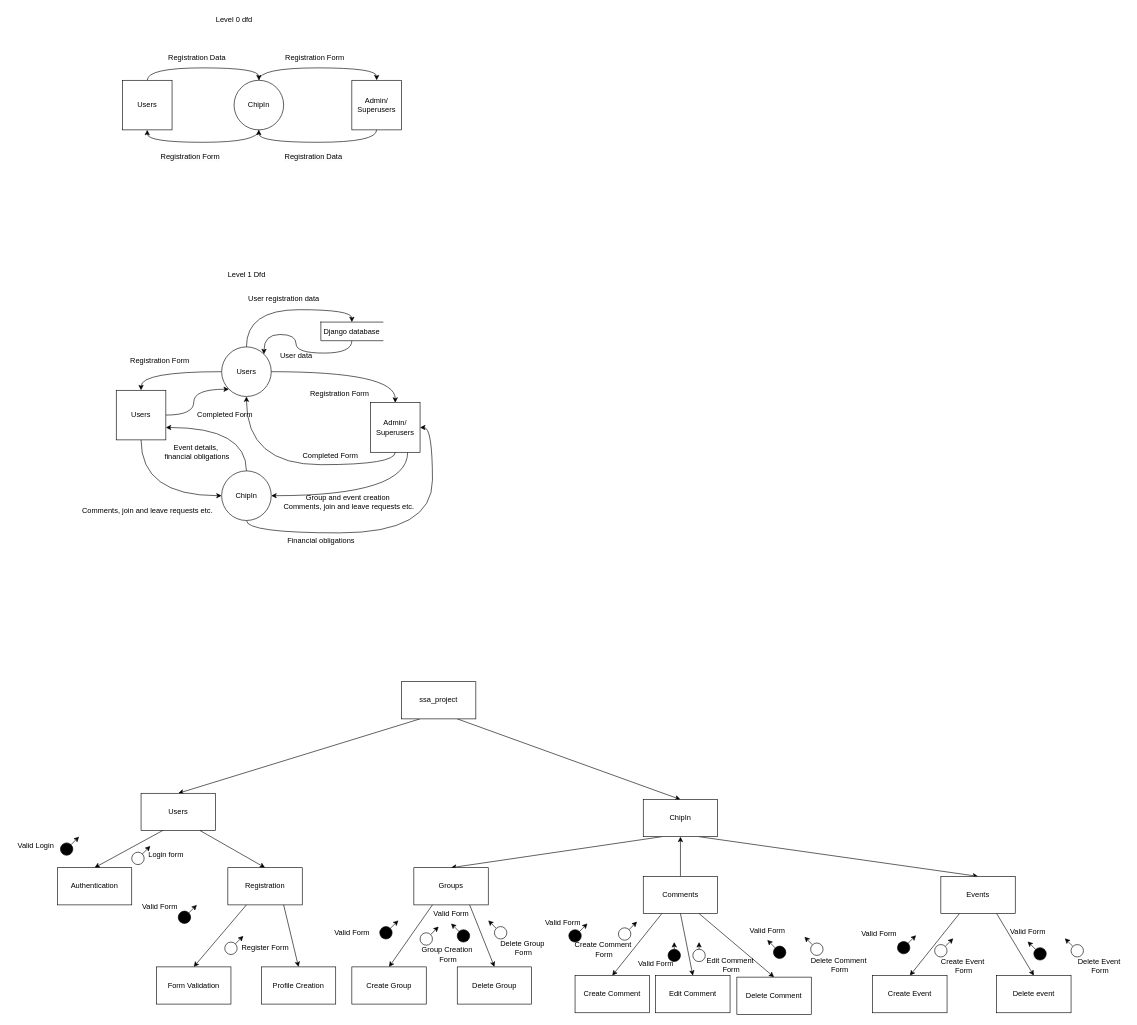
This is SSa_project.drawio from GeorginaFox/at1, a draw.io file, before an edit. Source tidied: cells renumbered, new cells numbered last; positions are measured from the earlier drawing's top-left corner, leaving out a move shared by most shapes. Both pictures are drawn from the tidied source at 62%, with x=0, y=0 at pixel (11, 11).
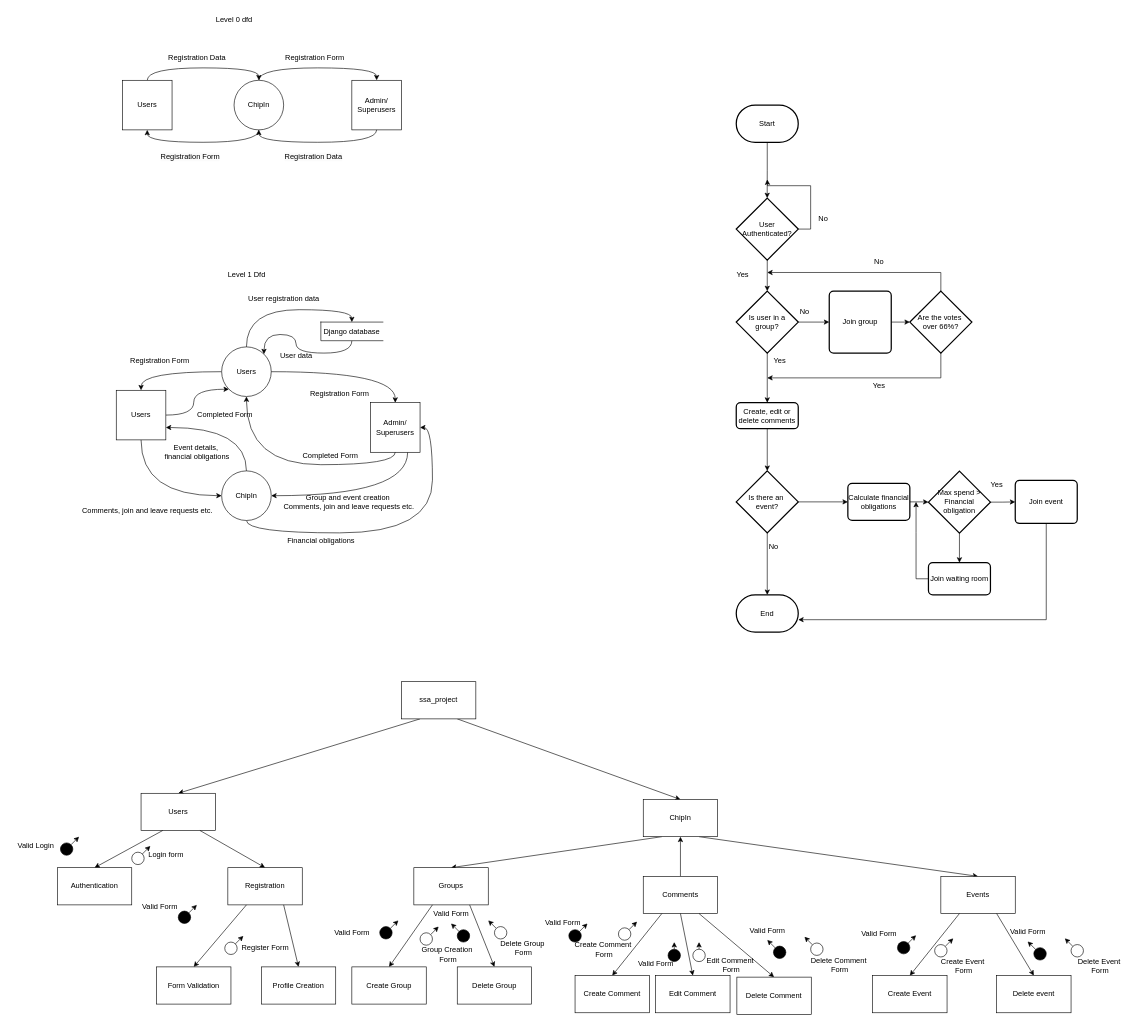
The same page after the edit.

The edit, as a diff of the source:
```diff
@@
+    <mxCell id="127" style="edgeStyle=orthogonalEdgeStyle;rounded=0;jettySize=auto;html=1;exitX=0.5;exitY=1;exitDx=0;exitDy=0;exitPerimeter=0;" parent="1" edge="1" source="128">
+      <mxGeometry relative="1" as="geometry">
+        <mxPoint x="1219.9" y="302" as="targetPoint" />
+      </mxGeometry>
+    </mxCell>
+    <mxCell id="128" value="Start" style="strokeWidth=2;html=1;shape=mxgraph.flowchart.terminator;whiteSpace=wrap;" parent="1" vertex="1">
+      <mxGeometry x="1170" y="152" width="100" height="60" as="geometry" />
+    </mxCell>
+    <mxCell id="129" style="edgeStyle=orthogonalEdgeStyle;rounded=0;jettySize=auto;html=1;exitX=1;exitY=0.5;exitDx=0;exitDy=0;exitPerimeter=0;" parent="1" edge="1" source="130">
+      <mxGeometry relative="1" as="geometry">
+        <mxPoint x="1220" y="272" as="targetPoint" />
+      </mxGeometry>
+    </mxCell>
+    <mxCell id="130" value="User Authenticated?" style="strokeWidth=2;html=1;shape=mxgraph.flowchart.decision;whiteSpace=wrap;" parent="1" vertex="1">
+      <mxGeometry x="1170" y="302" width="100" height="100" as="geometry" />
+    </mxCell>
+    <mxCell id="131" value="No" style="text;html=1;align=center;verticalAlign=middle;strokeColor=none;fillColor=none;" parent="1" vertex="1">
+      <mxGeometry x="1290" y="320" width="40" height="30" as="geometry" />
+    </mxCell>
+    <mxCell id="132" value="Yes" style="text;html=1;align=center;verticalAlign=middle;strokeColor=none;fillColor=none;" parent="1" vertex="1">
+      <mxGeometry x="1160" y="410" width="40" height="30" as="geometry" />
+    </mxCell>
+    <mxCell id="133" style="edgeStyle=orthogonalEdgeStyle;rounded=0;jettySize=auto;html=1;exitX=0.5;exitY=1;exitDx=0;exitDy=0;exitPerimeter=0;entryX=0.5;entryY=0;entryDx=0;entryDy=0;" parent="1" edge="1" source="135" target="138">
+      <mxGeometry relative="1" as="geometry" />
+    </mxCell>
+    <mxCell id="134" style="edgeStyle=orthogonalEdgeStyle;rounded=0;jettySize=auto;html=1;exitX=1;exitY=0.5;exitDx=0;exitDy=0;exitPerimeter=0;entryX=0;entryY=0.5;entryDx=0;entryDy=0;" parent="1" edge="1" source="135" target="143">
+      <mxGeometry relative="1" as="geometry" />
+    </mxCell>
+    <mxCell id="135" value="Is user in a group?" style="strokeWidth=2;html=1;shape=mxgraph.flowchart.decision;whiteSpace=wrap;" parent="1" vertex="1">
+      <mxGeometry x="1170" y="452" width="100" height="100" as="geometry" />
+    </mxCell>
+    <mxCell id="136" style="edgeStyle=orthogonalEdgeStyle;rounded=0;jettySize=auto;html=1;exitX=0.5;exitY=1;exitDx=0;exitDy=0;exitPerimeter=0;entryX=0.5;entryY=0;entryDx=0;entryDy=0;entryPerimeter=0;" parent="1" edge="1" source="130" target="135">
+      <mxGeometry relative="1" as="geometry" />
+    </mxCell>
+    <mxCell id="137" style="edgeStyle=orthogonalEdgeStyle;rounded=0;jettySize=auto;html=1;exitX=0.5;exitY=1;exitDx=0;exitDy=0;" parent="1" edge="1" source="138" target="150">
+      <mxGeometry relative="1" as="geometry" />
+    </mxCell>
+    <mxCell id="138" value="Create, edit or delete comments" style="rounded=1;whiteSpace=wrap;html=1;absoluteArcSize=1;arcSize=14;strokeWidth=2;" parent="1" vertex="1">
+      <mxGeometry x="1170" y="632" width="100" height="42" as="geometry" />
+    </mxCell>
+    <mxCell id="139" value="Yes" style="text;html=1;align=center;verticalAlign=middle;strokeColor=none;fillColor=none;" parent="1" vertex="1">
+      <mxGeometry x="1220" y="550" width="40" height="30" as="geometry" />
+    </mxCell>
+    <mxCell id="140" style="edgeStyle=orthogonalEdgeStyle;rounded=0;jettySize=auto;html=1;exitX=0.5;exitY=1;exitDx=0;exitDy=0;exitPerimeter=0;" parent="1" edge="1" source="142">
+      <mxGeometry relative="1" as="geometry">
+        <mxPoint x="1220" y="592" as="targetPoint" />
+        <Array as="points">
+          <mxPoint x="1500" y="592" />
+        </Array>
+      </mxGeometry>
+    </mxCell>
+    <mxCell id="141" style="edgeStyle=orthogonalEdgeStyle;rounded=0;jettySize=auto;html=1;exitX=0.5;exitY=0;exitDx=0;exitDy=0;exitPerimeter=0;" parent="1" edge="1" source="142">
+      <mxGeometry relative="1" as="geometry">
+        <mxPoint x="1220" y="422" as="targetPoint" />
+        <Array as="points">
+          <mxPoint x="1500" y="422" />
+        </Array>
+      </mxGeometry>
+    </mxCell>
+    <mxCell id="142" value="Are the votes&amp;nbsp;&lt;div&gt;over 66%?&lt;/div&gt;" style="strokeWidth=2;html=1;shape=mxgraph.flowchart.decision;whiteSpace=wrap;" parent="1" vertex="1">
+      <mxGeometry x="1450" y="452" width="100" height="100" as="geometry" />
+    </mxCell>
+    <mxCell id="143" value="Join group" style="rounded=1;whiteSpace=wrap;html=1;absoluteArcSize=1;arcSize=14;strokeWidth=2;" parent="1" vertex="1">
+      <mxGeometry x="1320" y="452" width="100" height="100" as="geometry" />
+    </mxCell>
+    <mxCell id="144" value="No" style="text;html=1;align=center;verticalAlign=middle;strokeColor=none;fillColor=none;" parent="1" vertex="1">
+      <mxGeometry x="1260" y="470" width="40" height="30" as="geometry" />
+    </mxCell>
+    <mxCell id="145" style="edgeStyle=orthogonalEdgeStyle;rounded=0;jettySize=auto;html=1;exitX=1;exitY=0.5;exitDx=0;exitDy=0;entryX=0;entryY=0.5;entryDx=0;entryDy=0;entryPerimeter=0;" parent="1" edge="1" source="143" target="142">
+      <mxGeometry relative="1" as="geometry" />
+    </mxCell>
+    <mxCell id="146" value="Yes" style="text;html=1;align=center;verticalAlign=middle;strokeColor=none;fillColor=none;" parent="1" vertex="1">
+      <mxGeometry x="1380" y="590" width="40" height="30" as="geometry" />
+    </mxCell>
+    <mxCell id="147" value="No" style="text;html=1;align=center;verticalAlign=middle;strokeColor=none;fillColor=none;" parent="1" vertex="1">
+      <mxGeometry x="1380" y="390" width="40" height="30" as="geometry" />
+    </mxCell>
+    <mxCell id="148" style="edgeStyle=orthogonalEdgeStyle;rounded=0;jettySize=auto;html=1;exitX=0.5;exitY=1;exitDx=0;exitDy=0;exitPerimeter=0;" parent="1" edge="1" source="150" target="151">
+      <mxGeometry relative="1" as="geometry" />
+    </mxCell>
+    <mxCell id="149" style="edgeStyle=orthogonalEdgeStyle;rounded=0;jettySize=auto;html=1;exitX=1;exitY=0.5;exitDx=0;exitDy=0;exitPerimeter=0;" parent="1" edge="1" source="150" target="154">
+      <mxGeometry relative="1" as="geometry" />
+    </mxCell>
+    <mxCell id="150" value="Is there an&amp;nbsp;&lt;div&gt;event?&lt;/div&gt;" style="strokeWidth=2;html=1;shape=mxgraph.flowchart.decision;whiteSpace=wrap;" parent="1" vertex="1">
+      <mxGeometry x="1170" y="742" width="100" height="100" as="geometry" />
+    </mxCell>
+    <mxCell id="151" value="End" style="strokeWidth=2;html=1;shape=mxgraph.flowchart.terminator;whiteSpace=wrap;" parent="1" vertex="1">
+      <mxGeometry x="1170" y="942" width="100" height="60" as="geometry" />
+    </mxCell>
+    <mxCell id="152" value="No" style="text;html=1;align=center;verticalAlign=middle;strokeColor=none;fillColor=none;" parent="1" vertex="1">
+      <mxGeometry x="1210" y="850" width="40" height="30" as="geometry" />
+    </mxCell>
+    <mxCell id="153" style="edgeStyle=orthogonalEdgeStyle;rounded=0;jettySize=auto;html=1;exitX=1;exitY=0.5;exitDx=0;exitDy=0;" parent="1" edge="1" source="154" target="157">
+      <mxGeometry relative="1" as="geometry" />
+    </mxCell>
+    <mxCell id="154" value="Calculate financial obligations" style="rounded=1;whiteSpace=wrap;html=1;absoluteArcSize=1;arcSize=14;strokeWidth=2;" parent="1" vertex="1">
+      <mxGeometry x="1350" y="762.2" width="100" height="59.6" as="geometry" />
+    </mxCell>
+    <mxCell id="155" style="edgeStyle=orthogonalEdgeStyle;rounded=0;jettySize=auto;html=1;exitX=1;exitY=0.5;exitDx=0;exitDy=0;exitPerimeter=0;" parent="1" edge="1" source="157" target="159">
+      <mxGeometry relative="1" as="geometry" />
+    </mxCell>
+    <mxCell id="156" style="edgeStyle=orthogonalEdgeStyle;rounded=0;jettySize=auto;html=1;exitX=0.5;exitY=1;exitDx=0;exitDy=0;exitPerimeter=0;" parent="1" edge="1" source="157" target="162">
+      <mxGeometry relative="1" as="geometry" />
+    </mxCell>
+    <mxCell id="157" value="Max spend &amp;gt; Financial obligation" style="strokeWidth=2;html=1;shape=mxgraph.flowchart.decision;whiteSpace=wrap;" parent="1" vertex="1">
+      <mxGeometry x="1480" y="742.4" width="100" height="100" as="geometry" />
+    </mxCell>
+    <mxCell id="158" style="edgeStyle=orthogonalEdgeStyle;rounded=0;jettySize=auto;html=1;exitX=0.5;exitY=1;exitDx=0;exitDy=0;" parent="1" edge="1" source="159">
+      <mxGeometry relative="1" as="geometry">
+        <mxPoint x="1270" y="982" as="targetPoint" />
+        <Array as="points">
+          <mxPoint x="1670" y="982" />
+        </Array>
+      </mxGeometry>
+    </mxCell>
+    <mxCell id="159" value="Join event" style="rounded=1;whiteSpace=wrap;html=1;absoluteArcSize=1;arcSize=14;strokeWidth=2;" parent="1" vertex="1">
+      <mxGeometry x="1620" y="757.2" width="100" height="69.6" as="geometry" />
+    </mxCell>
+    <mxCell id="160" value="Yes" style="text;html=1;align=center;verticalAlign=middle;strokeColor=none;fillColor=none;" parent="1" vertex="1">
+      <mxGeometry x="1570" y="750" width="40" height="30" as="geometry" />
+    </mxCell>
+    <mxCell id="161" style="edgeStyle=orthogonalEdgeStyle;rounded=0;jettySize=auto;html=1;exitX=0;exitY=0.5;exitDx=0;exitDy=0;" parent="1" edge="1" source="162">
+      <mxGeometry relative="1" as="geometry">
+        <mxPoint x="1460" y="792" as="targetPoint" />
+      </mxGeometry>
+    </mxCell>
+    <mxCell id="162" value="Join waiting room" style="rounded=1;whiteSpace=wrap;html=1;absoluteArcSize=1;arcSize=14;strokeWidth=2;" parent="1" vertex="1">
+      <mxGeometry x="1480" y="890" width="100" height="52" as="geometry" />
+    </mxCell>
```
